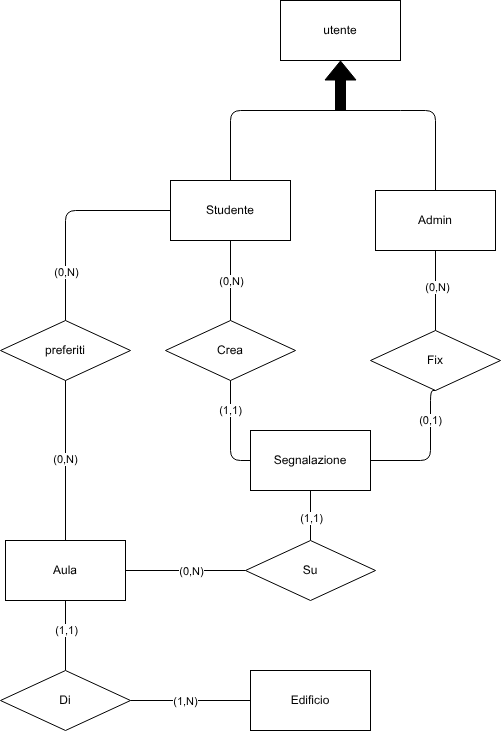
Earlier version of the draw.io export docs/Schemi/schema.drawio.png (LukeSlongo/progetto_tecweb). Source tidied: cells renumbered, new cells last; positions are measured from the earlier drawing's top-left corner, leaving out a move shared by most shapes.
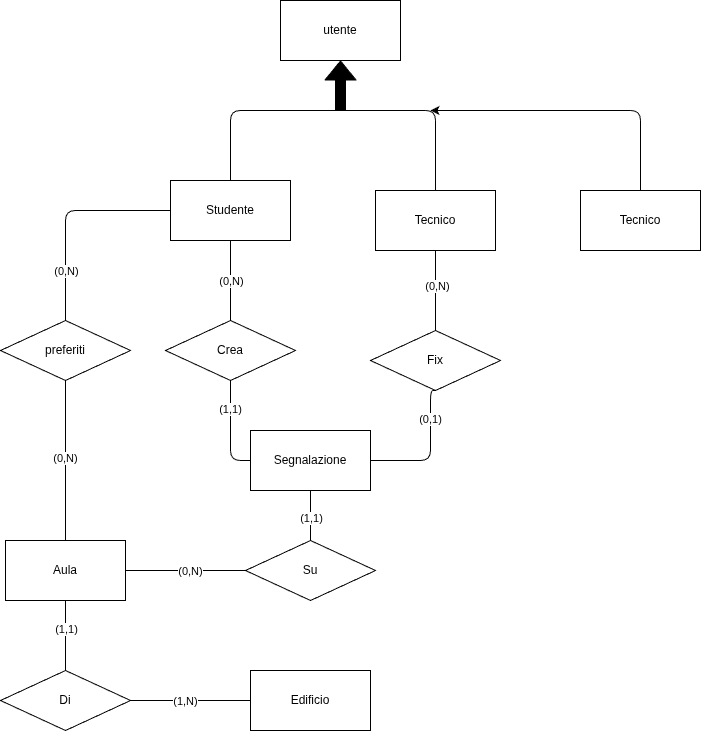
Later version of the same file.

Commit message:
rivisitazione requisiti con tecnico, modifica init.sql

The edit, as a diff of the source:
```diff
@@ -8,7 +8,7 @@
     <mxCell id="3" value="Studente&lt;span style=&quot;font-family: monospace; font-size: 0px; text-align: start; text-wrap-mode: nowrap;&quot;&gt;%3CmxGraphModel%3E%3Croot%3E%3CmxCell%20id%3D%220%22%2F%3E%3CmxCell%20id%3D%221%22%20parent%3D%220%22%2F%3E%3CmxCell%20id%3D%222%22%20value%3D%22%22%20style%3D%22endArrow%3Dclassic%3Bhtml%3D1%3B%22%20edge%3D%221%22%20parent%3D%221%22%3E%3CmxGeometry%20width%3D%2250%22%20height%3D%2250%22%20relative%3D%221%22%20as%3D%22geometry%22%3E%3CmxPoint%20x%3D%22170%22%20y%3D%22340%22%20as%3D%22sourcePoint%22%2F%3E%3CmxPoint%20x%3D%22170%22%20y%3D%22280%22%20as%3D%22targetPoint%22%2F%3E%3C%2FmxGeometry%3E%3C%2FmxCell%3E%3C%2Froot%3E%3C%2FmxGraphModel%3E&lt;/span&gt;" style="rounded=0;whiteSpace=wrap;html=1;" parent="1" vertex="1">
       <mxGeometry x="170" y="180" width="120" height="60" as="geometry" />
     </mxCell>
-    <mxCell id="4" value="Admin" style="rounded=0;whiteSpace=wrap;html=1;" parent="1" vertex="1">
+    <mxCell id="4" value="Tecnico" style="rounded=0;whiteSpace=wrap;html=1;" parent="1" vertex="1">
       <mxGeometry x="375" y="190" width="120" height="60" as="geometry" />
     </mxCell>
     <mxCell id="5" style="shape=flexArrow;endArrow=classic;html=1;entryX=0.5;entryY=1;entryDx=0;entryDy=0;fillColor=#000000;" parent="1" edge="1" target="2">
@@ -130,5 +130,16 @@
     <mxCell id="35" value="Edificio" style="rounded=0;whiteSpace=wrap;html=1;" parent="1" vertex="1">
       <mxGeometry x="250" y="670" width="120" height="60" as="geometry" />
     </mxCell>
+    <mxCell id="36" style="edgeStyle=none;html=1;exitX=0.5;exitY=0;exitDx=0;exitDy=0;" parent="1" edge="1" source="37">
+      <mxGeometry relative="1" as="geometry">
+        <mxPoint x="430" y="110" as="targetPoint" />
+        <Array as="points">
+          <mxPoint x="640" y="110" />
+        </Array>
+      </mxGeometry>
+    </mxCell>
+    <mxCell id="37" value="Tecnico" style="rounded=0;whiteSpace=wrap;html=1;" parent="1" vertex="1">
+      <mxGeometry x="580" y="190" width="120" height="60" as="geometry" />
+    </mxCell>
   </root>
 </mxGraphModel>
```
